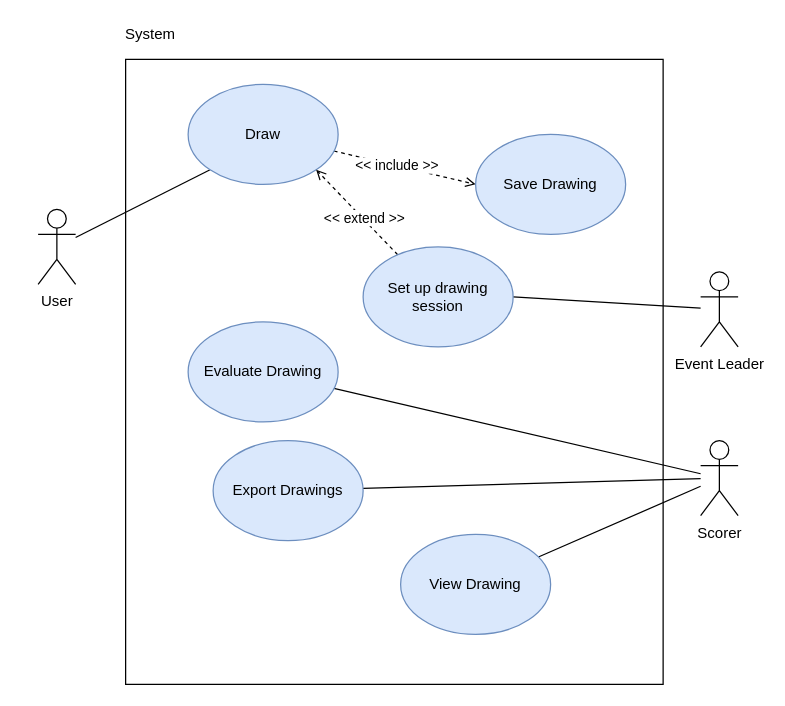
Before: Project Docs/Diagrams/Use Case Diagram/Use Case Diagram (Source).drawio in jgalminas/nma, a draw.io diagram. Source tidied: cells renumbered, new cells numbered last; positions are measured from the earlier drawing's top-left corner, leaving out a move shared by most shapes. Both pictures are drawn from the tidied source at 125%, with x=0, y=0 at pixel (38, 21).
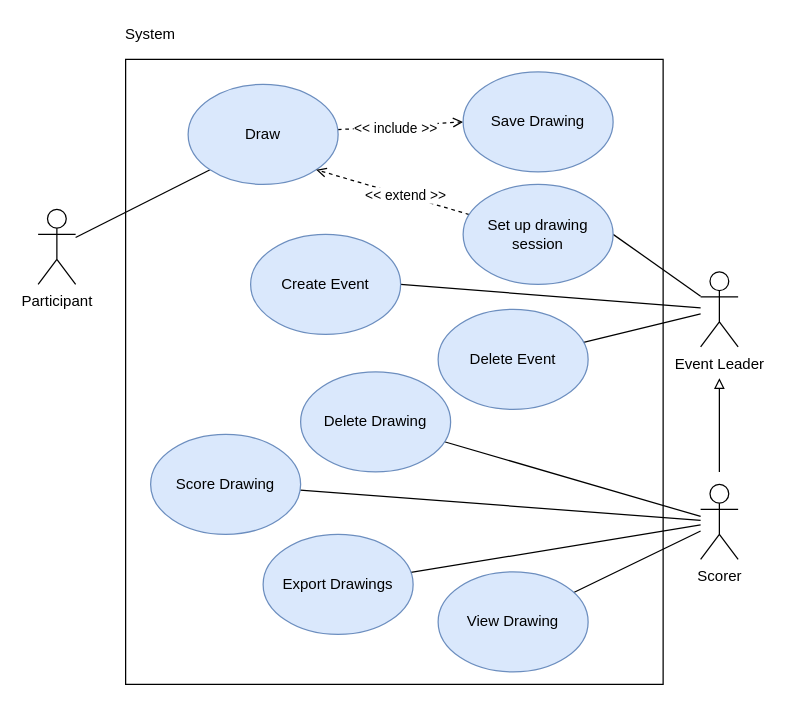
Above is the later version.

Commit message (it also covers changes not shown here):
Updated Use Case Diagram

The change refers to these unchanged cells:
```xml
<mxCell id="18" value="Event Leader" style="shape=umlActor;verticalLabelPosition=bottom;verticalAlign=top;html=1;outlineConnect=0;" parent="1" vertex="1">
  <mxGeometry x="530" y="200" width="30" height="60" as="geometry" />
</mxCell>
```

What changed in the source:
```diff
@@
-    <mxCell id="4" value="User" style="shape=umlActor;verticalLabelPosition=bottom;verticalAlign=top;html=1;outlineConnect=0;" parent="1" vertex="1">
+    <mxCell id="4" value="Participant" style="shape=umlActor;verticalLabelPosition=bottom;verticalAlign=top;html=1;outlineConnect=0;" parent="1" vertex="1">
       <mxGeometry y="150" width="30" height="60" as="geometry" />
     </mxCell>
@@
+    <mxCell id="22" style="edgeStyle=orthogonalEdgeStyle;rounded=0;orthogonalLoop=1;jettySize=auto;html=1;endArrow=block;endFill=0;" parent="1" edge="1">
+      <mxGeometry relative="1" as="geometry">
+        <mxPoint x="545" y="360" as="sourcePoint" />
+        <mxPoint x="545" y="285" as="targetPoint" />
+      </mxGeometry>
+    </mxCell>
     <mxCell id="8" value="Scorer" style="shape=umlActor;verticalLabelPosition=bottom;verticalAlign=top;html=1;outlineConnect=0;" parent="1" vertex="1">
-      <mxGeometry x="530" y="335" width="30" height="60" as="geometry" />
+      <mxGeometry x="530" y="370" width="30" height="60" as="geometry" />
     </mxCell>
@@
     <mxCell id="12" value="Save Drawing" style="ellipse;whiteSpace=wrap;html=1;fillColor=#dae8fc;strokeColor=#6c8ebf;" parent="1" vertex="1">
-      <mxGeometry x="350" y="90" width="120" height="80" as="geometry" />
+      <mxGeometry x="340" y="40" width="120" height="80" as="geometry" />
     </mxCell>
-    <mxCell id="13" value="Evaluate Drawing" style="ellipse;whiteSpace=wrap;html=1;fillColor=#dae8fc;strokeColor=#6c8ebf;" parent="1" vertex="1">
-      <mxGeometry x="120" y="240" width="120" height="80" as="geometry" />
+    <mxCell id="13" value="Score Drawing" style="ellipse;whiteSpace=wrap;html=1;fillColor=#dae8fc;strokeColor=#6c8ebf;" parent="1" vertex="1">
+      <mxGeometry x="90" y="330" width="120" height="80" as="geometry" />
     </mxCell>
     <mxCell id="14" value="View Drawing" style="ellipse;whiteSpace=wrap;html=1;fillColor=#dae8fc;strokeColor=#6c8ebf;" parent="1" vertex="1">
-      <mxGeometry x="290" y="410" width="120" height="80" as="geometry" />
+      <mxGeometry x="320" y="440" width="120" height="80" as="geometry" />
     </mxCell>
     <mxCell id="15" value="Export Drawings" style="ellipse;whiteSpace=wrap;html=1;fillColor=#dae8fc;strokeColor=#6c8ebf;" parent="1" vertex="1">
-      <mxGeometry x="140" y="335" width="120" height="80" as="geometry" />
+      <mxGeometry x="180" y="410" width="120" height="80" as="geometry" />
     </mxCell>
@@
+    <mxCell id="23" style="rounded=0;jettySize=auto;html=1;entryX=1;entryY=0.5;entryDx=0;entryDy=0;endArrow=none;endFill=0;" parent="1" edge="1" source="18" target="25">
+      <mxGeometry relative="1" as="geometry" />
+    </mxCell>
+    <mxCell id="24" style="edgeStyle=none;rounded=0;jettySize=auto;html=1;endArrow=none;endFill=0;" parent="1" edge="1" source="18" target="28">
+      <mxGeometry relative="1" as="geometry" />
+    </mxCell>
@@
     <mxCell id="21" value="Set up drawing session" style="ellipse;whiteSpace=wrap;html=1;fillColor=#dae8fc;strokeColor=#6c8ebf;" parent="1" vertex="1">
-      <mxGeometry x="260" y="180" width="120" height="80" as="geometry" />
+      <mxGeometry x="340" y="130" width="120" height="80" as="geometry" />
     </mxCell>
+    <mxCell id="25" value="Create Event" style="ellipse;whiteSpace=wrap;html=1;fillColor=#dae8fc;strokeColor=#6c8ebf;" parent="1" vertex="1">
+      <mxGeometry x="170" y="170" width="120" height="80" as="geometry" />
+    </mxCell>
+    <mxCell id="26" style="edgeStyle=none;rounded=0;jettySize=auto;html=1;endArrow=none;endFill=0;" parent="1" edge="1" source="27" target="8">
+      <mxGeometry relative="1" as="geometry" />
+    </mxCell>
+    <mxCell id="27" value="Delete Drawing" style="ellipse;whiteSpace=wrap;html=1;fillColor=#dae8fc;strokeColor=#6c8ebf;" parent="1" vertex="1">
+      <mxGeometry x="210" y="280" width="120" height="80" as="geometry" />
+    </mxCell>
+    <mxCell id="28" value="Delete Event" style="ellipse;whiteSpace=wrap;html=1;fillColor=#dae8fc;strokeColor=#6c8ebf;" parent="1" vertex="1">
+      <mxGeometry x="320" y="230" width="120" height="80" as="geometry" />
+    </mxCell>
```
